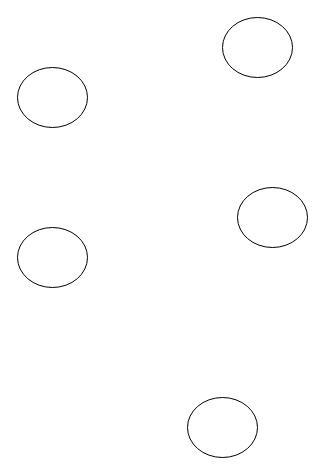
The draw.io diagram Untitled Diagram.drawio in TipperChristopher/.github.io.matahi, before the edit. Source tidied: cells renumbered, new cells numbered last; positions are measured from the earlier drawing's top-left corner, leaving out a move shared by most shapes. Both pictures are drawn from the tidied source at 100%, with x=0, y=0 at pixel (17, 17).
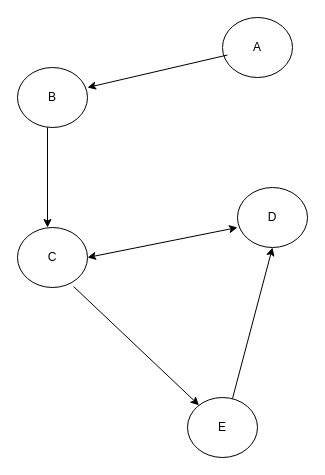
After the change.

What changed in the source:
```diff
@@
 <mxGraphModel>
   <root>
     <mxCell id="0" />
     <mxCell id="1" parent="0" />
     <mxCell id="2" style="ellipse;whiteSpace=wrap;html=1;" parent="1" vertex="1">
       <mxGeometry y="50" width="70" height="60" as="geometry" />
     </mxCell>
     <mxCell id="3" style="ellipse;whiteSpace=wrap;html=1;" parent="1" vertex="1">
       <mxGeometry x="205" width="70" height="60" as="geometry" />
     </mxCell>
     <mxCell id="4" style="ellipse;whiteSpace=wrap;html=1;" parent="1" vertex="1">
       <mxGeometry x="220" y="170" width="70" height="60" as="geometry" />
     </mxCell>
     <mxCell id="5" style="ellipse;whiteSpace=wrap;html=1;" parent="1" vertex="1">
       <mxGeometry y="210" width="70" height="60" as="geometry" />
     </mxCell>
     <mxCell id="6" style="ellipse;whiteSpace=wrap;html=1;" parent="1" vertex="1">
       <mxGeometry x="170" y="380" width="70" height="60" as="geometry" />
     </mxCell>
+    <mxCell id="7" value="B" style="text;html=1;strokeColor=none;fillColor=none;align=center;verticalAlign=middle;whiteSpace=wrap;rounded=0;" parent="1" vertex="1">
+      <mxGeometry x="5" y="65" width="60" height="30" as="geometry" />
+    </mxCell>
+    <mxCell id="8" value="A" style="text;html=1;strokeColor=none;fillColor=none;align=center;verticalAlign=middle;whiteSpace=wrap;rounded=0;" parent="1" vertex="1">
+      <mxGeometry x="210" y="15" width="60" height="30" as="geometry" />
+    </mxCell>
+    <mxCell id="9" value="D" style="text;html=1;strokeColor=none;fillColor=none;align=center;verticalAlign=middle;whiteSpace=wrap;rounded=0;" parent="1" vertex="1">
+      <mxGeometry x="225" y="185" width="60" height="30" as="geometry" />
+    </mxCell>
+    <mxCell id="10" value="C" style="text;html=1;strokeColor=none;fillColor=none;align=center;verticalAlign=middle;whiteSpace=wrap;rounded=0;" parent="1" vertex="1">
+      <mxGeometry x="5" y="225" width="60" height="30" as="geometry" />
+    </mxCell>
+    <mxCell id="11" value="E" style="text;html=1;strokeColor=none;fillColor=none;align=center;verticalAlign=middle;whiteSpace=wrap;rounded=0;" parent="1" vertex="1">
+      <mxGeometry x="175" y="395" width="60" height="30" as="geometry" />
+    </mxCell>
+    <mxCell id="12" style="endArrow=classic;html=1;rounded=0;exitX=0;exitY=0.75;exitDx=0;exitDy=0;" parent="1" edge="1" source="8">
+      <mxGeometry relative="1" as="geometry">
+        <mxPoint x="70" y="70" as="targetPoint" />
+      </mxGeometry>
+    </mxCell>
+    <mxCell id="13" style="endArrow=classic;startArrow=classic;html=1;rounded=0;exitX=1;exitY=0.5;exitDx=0;exitDy=0;" parent="1" edge="1" source="5">
+      <mxGeometry relative="1" as="geometry">
+        <mxPoint x="220" y="210" as="targetPoint" />
+      </mxGeometry>
+    </mxCell>
+    <mxCell id="14" style="endArrow=classic;html=1;rounded=0;" parent="1" edge="1">
+      <mxGeometry relative="1" as="geometry">
+        <mxPoint x="30" y="110" as="sourcePoint" />
+        <mxPoint x="30" y="210" as="targetPoint" />
+      </mxGeometry>
+    </mxCell>
+    <mxCell id="15" style="endArrow=classic;html=1;rounded=0;exitX=0.8;exitY=0.983;exitDx=0;exitDy=0;exitPerimeter=0;" parent="1" edge="1" source="5" target="6">
+      <mxGeometry relative="1" as="geometry" />
+    </mxCell>
+    <mxCell id="16" style="endArrow=classic;html=1;rounded=0;exitX=0.643;exitY=0.017;exitDx=0;exitDy=0;exitPerimeter=0;entryX=0.5;entryY=1;entryDx=0;entryDy=0;" parent="1" edge="1" source="6" target="4">
+      <mxGeometry relative="1" as="geometry" />
+    </mxCell>
   </root>
 </mxGraphModel>
```
